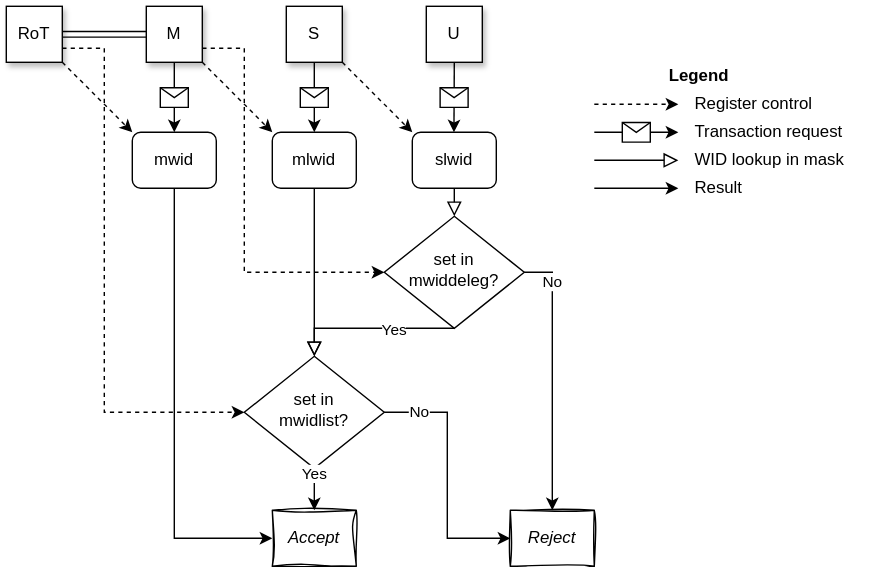
This is src/images/WG-smwidd.drawio.svg from MIPS/riscv-partitioning, a draw.io export, as it was before one commit. Source tidied: cells renumbered, new cells last; positions are measured from the earlier drawing's top-left corner, leaving out a move shared by most shapes.
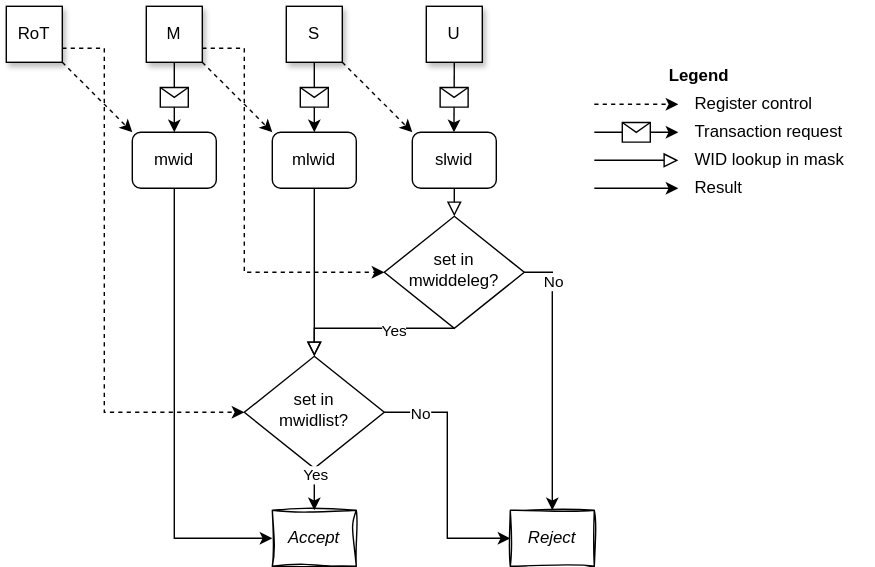
Later version of the same file.

Change to the diagram source:
```diff
@@ -169,9 +169,6 @@
     <mxCell id="43" value="Legend" style="text;html=1;align=center;verticalAlign=middle;whiteSpace=wrap;rounded=0;fontStyle=1;" parent="1" vertex="1">
       <mxGeometry x="420" y="40" width="150" height="20" as="geometry" />
     </mxCell>
-    <mxCell id="44" style="shape=link;html=1;rounded=0;exitX=1;exitY=0.5;exitDx=0;exitDy=0;entryX=0;entryY=0.5;entryDx=0;entryDy=0;" parent="1" edge="1" source="31" target="2">
-      <mxGeometry relative="1" as="geometry" />
-    </mxCell>
     <mxCell id="45" style="edgeStyle=orthogonalEdgeStyle;rounded=0;jettySize=auto;html=1;exitX=0.5;exitY=1;exitDx=0;exitDy=0;entryX=0;entryY=0.5;entryDx=0;entryDy=0;" parent="1" edge="1" source="5" target="9">
       <mxGeometry relative="1" as="geometry">
         <Array as="points">
```
